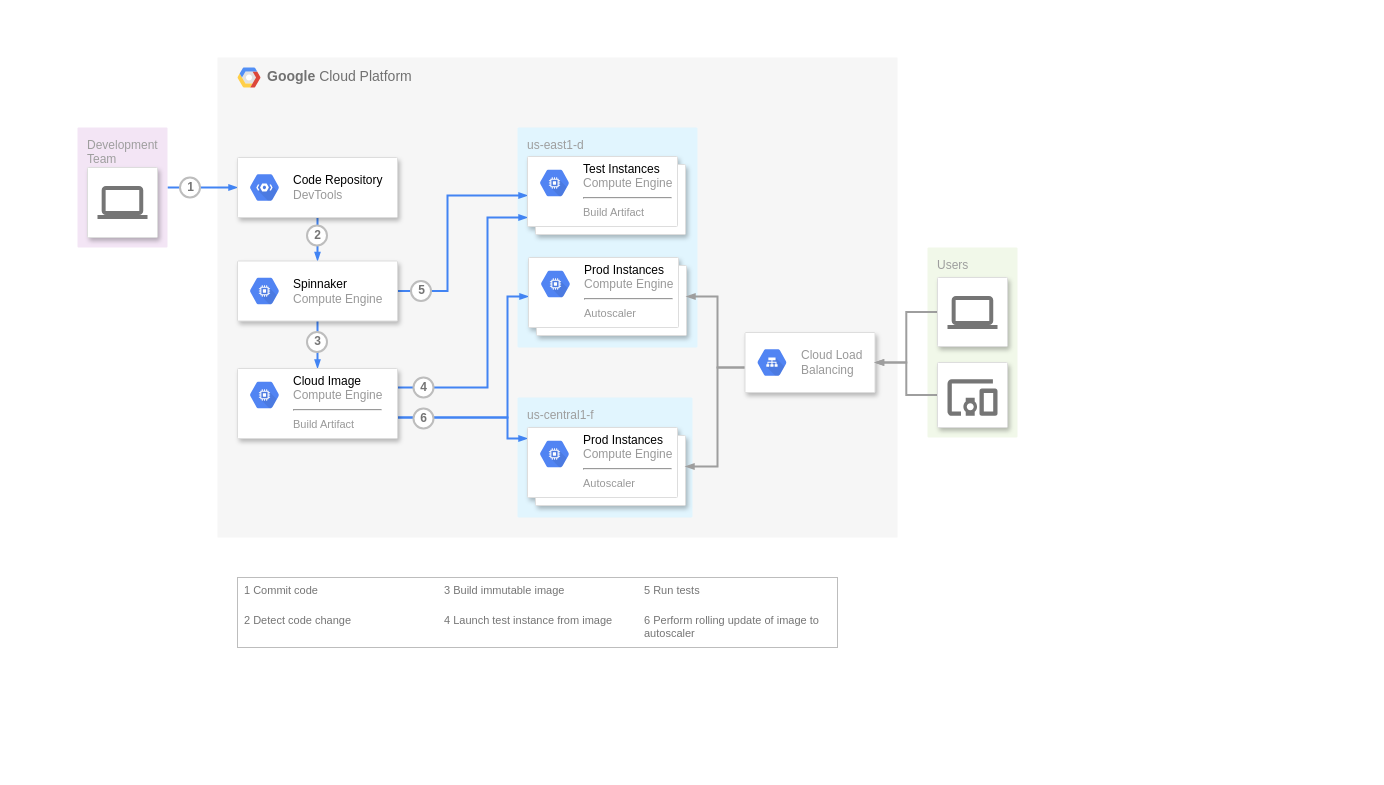
meyson/test keeps this draw.io diagram as Untitled Diagram.drawio. Above is the earlier version. Source tidied: cells renumbered, new cells numbered last; positions are measured from the earlier drawing's top-left corner, leaving out a move shared by most shapes. Both pictures are drawn from the tidied source at 100%, with x=0, y=0 at pixel (77, 57). Pictures stored in the file or linked from it are replaced by grey dashed boxes.
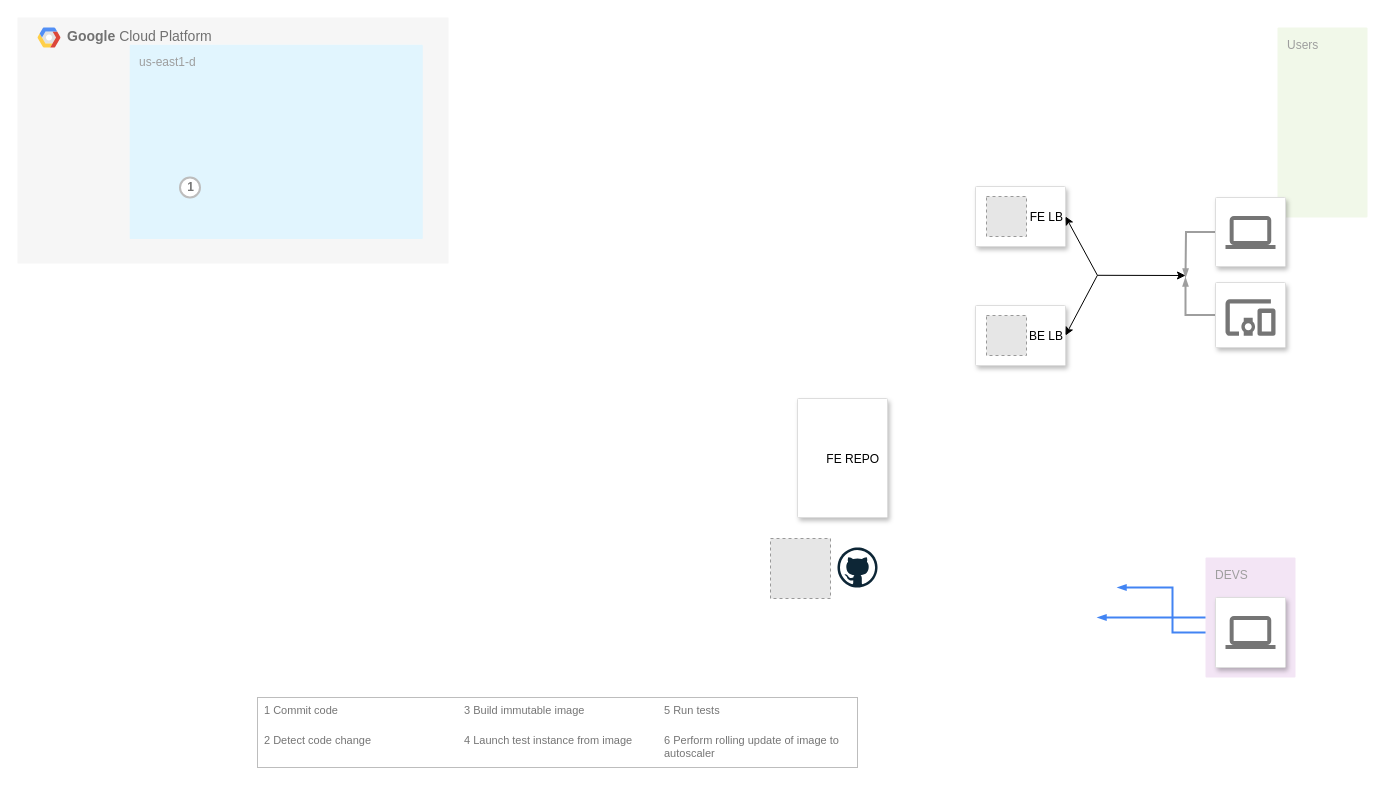
The same diagram, later.

Diff of the diagram source:
```diff
@@
     <mxCell id="2" value="&lt;b&gt;Google &lt;/b&gt;Cloud Platform" style="fillColor=#F6F6F6;strokeColor=none;shadow=0;gradientColor=none;fontSize=14;align=left;spacing=10;fontColor=#717171;9E9E9E;verticalAlign=top;spacingTop=-4;fontStyle=0;spacingLeft=40;html=1;" parent="1" vertex="1">
-      <mxGeometry x="140" width="680" height="480" as="geometry" />
+      <mxGeometry x="-60" y="-40" width="431" height="246" as="geometry" />
     </mxCell>
+    <mxCell id="6" value="us-east1-d" style="rounded=1;absoluteArcSize=1;arcSize=2;html=1;strokeColor=none;gradientColor=none;shadow=0;dashed=0;strokeColor=none;fontSize=12;fontColor=#9E9E9E;align=left;verticalAlign=top;spacing=10;spacingTop=-4;fillColor=#E1F5FE;" parent="2" vertex="1">
+      <mxGeometry x="112.2" y="27.3" width="293.1" height="194.3" as="geometry" />
+    </mxCell>
@@
+    <mxCell id="52" style="edgeStyle=none;rounded=0;orthogonalLoop=1;jettySize=auto;html=1;exitX=1;exitY=1;exitDx=0;exitDy=0;" parent="2" edge="1" source="6" target="6">
+      <mxGeometry relative="1" as="geometry" />
+    </mxCell>
     <mxCell id="4" value="Users" style="rounded=1;absoluteArcSize=1;arcSize=2;html=1;strokeColor=none;gradientColor=none;shadow=0;dashed=0;strokeColor=none;fontSize=12;fontColor=#9E9E9E;align=left;verticalAlign=top;spacing=10;spacingTop=-4;fillColor=#F1F8E9;" parent="1" vertex="1">
-      <mxGeometry x="850" y="190" width="90" height="190" as="geometry" />
+      <mxGeometry x="1200" y="-30" width="90" height="190" as="geometry" />
     </mxCell>
-    <mxCell id="5" value="us-central1-f" style="rounded=1;absoluteArcSize=1;arcSize=2;html=1;strokeColor=none;gradientColor=none;shadow=0;dashed=0;strokeColor=none;fontSize=12;fontColor=#9E9E9E;align=left;verticalAlign=top;spacing=10;spacingTop=-4;fillColor=#E1F5FE;" parent="1" vertex="1">
-      <mxGeometry x="440" y="340" width="175" height="120" as="geometry" />
-    </mxCell>
-    <mxCell id="6" value="us-east1-d" style="rounded=1;absoluteArcSize=1;arcSize=2;html=1;strokeColor=none;gradientColor=none;shadow=0;dashed=0;strokeColor=none;fontSize=12;fontColor=#9E9E9E;align=left;verticalAlign=top;spacing=10;spacingTop=-4;fillColor=#E1F5FE;" parent="1" vertex="1">
-      <mxGeometry x="440" y="70" width="180" height="220" as="geometry" />
-    </mxCell>
-    <mxCell id="7" style="edgeStyle=orthogonalEdgeStyle;rounded=0;html=1;labelBackgroundColor=none;startFill=1;startSize=4;endArrow=blockThin;endFill=1;endSize=4;jettySize=auto;strokeColor=#4284F3;strokeWidth=2;fontSize=12;fontColor=#000000;align=center;dashed=0;" parent="1" edge="1" source="8" target="12">
-      <mxGeometry relative="1" as="geometry" />
+    <mxCell id="7" style="edgeStyle=orthogonalEdgeStyle;rounded=0;html=1;labelBackgroundColor=none;startFill=1;startSize=4;endArrow=blockThin;endFill=1;endSize=4;jettySize=auto;orthogonalLoop=1;strokeColor=#4284F3;strokeWidth=2;fontSize=12;fontColor=#000000;align=center;dashed=0;" parent="1" edge="1">
+      <mxGeometry relative="1" as="geometry">
+        <mxPoint x="1150" y="575" as="sourcePoint" />
+        <mxPoint x="1040" y="530" as="targetPoint" />
+        <Array as="points">
+          <mxPoint x="1095" y="575" />
+          <mxPoint x="1095" y="530" />
+        </Array>
+      </mxGeometry>
     </mxCell>
-    <mxCell id="8" value="Development&lt;br&gt;Team&lt;br&gt;" style="rounded=1;absoluteArcSize=1;arcSize=2;html=1;strokeColor=none;gradientColor=none;shadow=0;dashed=0;strokeColor=none;fontSize=12;fontColor=#9E9E9E;align=left;verticalAlign=top;spacing=10;spacingTop=-4;fillColor=#F3E5F5;" parent="1" vertex="1">
-      <mxGeometry y="70" width="90" height="120" as="geometry" />
+    <mxCell id="8" value="DEVS" style="rounded=1;absoluteArcSize=1;arcSize=2;html=1;strokeColor=none;gradientColor=none;shadow=0;dashed=0;strokeColor=none;fontSize=12;fontColor=#9E9E9E;align=left;verticalAlign=top;spacing=10;spacingTop=-4;fillColor=#F3E5F5;" parent="1" vertex="1">
+      <mxGeometry x="1128" y="500" width="90" height="120" as="geometry" />
     </mxCell>
     <mxCell id="9" style="strokeColor=#dddddd;fillColor=#ffffff;shadow=1;strokeWidth=1;rounded=1;absoluteArcSize=1;arcSize=2;labelPosition=center;verticalLabelPosition=middle;align=center;verticalAlign=bottom;spacingLeft=0;fontColor=#999999;fontSize=12;whiteSpace=wrap;spacingBottom=2;html=1;" parent="1" vertex="1">
-      <mxGeometry x="10" y="110" width="70" height="70" as="geometry" />
+      <mxGeometry x="1138" y="540" width="70" height="70" as="geometry" />
     </mxCell>
@@
-    <mxCell id="11" style="edgeStyle=orthogonalEdgeStyle;rounded=0;html=1;labelBackgroundColor=none;startFill=1;startSize=4;endArrow=blockThin;endFill=1;endSize=4;jettySize=auto;strokeColor=#4284F3;strokeWidth=2;fontSize=12;fontColor=#000000;align=center;dashed=0;" parent="1" edge="1" source="12" target="16">
-      <mxGeometry relative="1" as="geometry" />
-    </mxCell>
-    <mxCell id="12" style="strokeColor=#dddddd;fillColor=#ffffff;shadow=1;strokeWidth=1;rounded=1;absoluteArcSize=1;arcSize=2;fontSize=10;fontColor=#9E9E9E;align=center;html=1;" parent="1" vertex="1">
-      <mxGeometry x="160" y="100" width="160" height="60" as="geometry" />
-    </mxCell>
-    <mxCell id="13" value="&lt;font color=&quot;#000000&quot;&gt;Code Repository&lt;/font&gt;&lt;br&gt;DevTools" style="dashed=0;html=1;fillColor=#5184F3;strokeColor=none;shape=mxgraph.gcp2.hexIcon;prIcon=cloud_tools_for_powershell;labelPosition=right;verticalLabelPosition=middle;align=left;verticalAlign=middle;spacingLeft=5;fontColor=#999999;fontSize=12;" parent="12" vertex="1">
-      <mxGeometry y="0.5" width="44" height="39" relative="1" as="geometry">
-        <mxPoint x="5" y="-19.5" as="offset" />
-      </mxGeometry>
-    </mxCell>
-    <mxCell id="14" style="edgeStyle=orthogonalEdgeStyle;rounded=0;html=1;labelBackgroundColor=none;startFill=1;startSize=4;endArrow=blockThin;endFill=1;endSize=4;jettySize=auto;strokeColor=#4284F3;strokeWidth=2;fontSize=12;fontColor=#000000;align=center;dashed=0;" parent="1" edge="1" source="16" target="21">
-      <mxGeometry relative="1" as="geometry" />
-    </mxCell>
-    <mxCell id="15" style="edgeStyle=orthogonalEdgeStyle;rounded=0;html=1;labelBackgroundColor=none;startFill=1;startSize=4;endArrow=blockThin;endFill=1;endSize=4;jettySize=auto;strokeColor=#4284F3;strokeWidth=2;fontSize=12;fontColor=#000000;align=center;dashed=0;" parent="1" edge="1" source="16" target="23">
-      <mxGeometry relative="1" as="geometry">
-        <Array as="points">
-          <mxPoint x="370" y="233" />
-          <mxPoint x="370" y="138" />
-        </Array>
-      </mxGeometry>
-    </mxCell>
-    <mxCell id="16" style="strokeColor=#dddddd;fillColor=#ffffff;shadow=1;strokeWidth=1;rounded=1;absoluteArcSize=1;arcSize=2;fontSize=10;fontColor=#9E9E9E;align=center;html=1;" parent="1" vertex="1">
-      <mxGeometry x="160" y="203.5" width="160" height="60" as="geometry" />
-    </mxCell>
-    <mxCell id="17" value="&lt;font color=&quot;#000000&quot;&gt;Spinnaker&lt;/font&gt;&lt;br&gt;Compute Engine" style="dashed=0;html=1;fillColor=#5184F3;strokeColor=none;shape=mxgraph.gcp2.hexIcon;prIcon=compute_engine;labelPosition=right;verticalLabelPosition=middle;align=left;verticalAlign=middle;spacingLeft=5;fontColor=#999999;fontSize=12;" parent="16" vertex="1">
-      <mxGeometry y="0.5" width="44" height="39" relative="1" as="geometry">
-        <mxPoint x="5" y="-19.5" as="offset" />
-      </mxGeometry>
-    </mxCell>
-    <mxCell id="18" style="edgeStyle=orthogonalEdgeStyle;rounded=0;html=1;labelBackgroundColor=none;startFill=1;startSize=4;endArrow=blockThin;endFill=1;endSize=4;jettySize=auto;strokeColor=#4284F3;strokeWidth=2;fontSize=12;fontColor=#000000;align=center;dashed=0;" parent="1" edge="1" source="21" target="23">
-      <mxGeometry relative="1" as="geometry">
-        <Array as="points">
-          <mxPoint x="410" y="330" />
-          <mxPoint x="410" y="160" />
-        </Array>
-      </mxGeometry>
-    </mxCell>
-    <mxCell id="19" style="edgeStyle=orthogonalEdgeStyle;rounded=0;html=1;labelBackgroundColor=none;startFill=1;startSize=4;endArrow=blockThin;endFill=1;endSize=4;jettySize=auto;strokeColor=#4284F3;strokeWidth=2;fontSize=12;fontColor=#000000;align=center;dashed=0;" parent="1" edge="1" source="21" target="25">
-      <mxGeometry relative="1" as="geometry">
-        <Array as="points">
-          <mxPoint x="430" y="360" />
-          <mxPoint x="430" y="239" />
-        </Array>
-      </mxGeometry>
-    </mxCell>
-    <mxCell id="20" style="edgeStyle=orthogonalEdgeStyle;rounded=0;html=1;labelBackgroundColor=none;startFill=1;startSize=4;endArrow=blockThin;endFill=1;endSize=4;jettySize=auto;strokeColor=#4284F3;strokeWidth=2;fontSize=12;fontColor=#000000;align=center;dashed=0;" parent="1" edge="1" source="21" target="27">
-      <mxGeometry relative="1" as="geometry">
-        <Array as="points">
-          <mxPoint x="430" y="360" />
-          <mxPoint x="430" y="381" />
-        </Array>
-      </mxGeometry>
-    </mxCell>
-    <mxCell id="21" style="strokeColor=#dddddd;fillColor=#ffffff;shadow=1;strokeWidth=1;rounded=1;absoluteArcSize=1;arcSize=2;fontSize=10;fontColor=#9E9E9E;align=center;html=1;" parent="1" vertex="1">
-      <mxGeometry x="160" y="311" width="160" height="70" as="geometry" />
-    </mxCell>
-    <mxCell id="22" value="&lt;font color=&quot;#000000&quot;&gt;Cloud Image&lt;/font&gt;&lt;br&gt;Compute Engine&lt;hr&gt;&lt;font style=&quot;font-size: 11px&quot;&gt;Build Artifact&lt;/font&gt;" style="dashed=0;html=1;fillColor=#5184F3;strokeColor=none;shape=mxgraph.gcp2.hexIcon;prIcon=compute_engine;labelPosition=right;verticalLabelPosition=middle;align=left;verticalAlign=top;spacingLeft=5;fontColor=#999999;fontSize=12;spacingTop=-8;" parent="21" vertex="1">
-      <mxGeometry width="44" height="39" relative="1" as="geometry">
-        <mxPoint x="5" y="7" as="offset" />
-      </mxGeometry>
-    </mxCell>
-    <mxCell id="23" style="shape=mxgraph.gcp2.doubleRect;strokeColor=#dddddd;fillColor=#ffffff;shadow=1;strokeWidth=1;fontSize=10;fontColor=#9E9E9E;align=center;html=1;" parent="1" vertex="1">
-      <mxGeometry x="450" y="99" width="158" height="78" as="geometry" />
-    </mxCell>
-    <mxCell id="24" value="&lt;font color=&quot;#000000&quot;&gt;Test Instances&lt;/font&gt;&lt;br&gt;Compute Engine&lt;hr&gt;&lt;font style=&quot;font-size: 11px&quot;&gt;Build Artifact&lt;/font&gt;" style="dashed=0;html=1;fillColor=#5184F3;strokeColor=none;shape=mxgraph.gcp2.hexIcon;prIcon=compute_engine;labelPosition=right;verticalLabelPosition=middle;align=left;verticalAlign=top;spacingLeft=5;fontColor=#999999;fontSize=12;spacingTop=-8;" parent="23" vertex="1">
-      <mxGeometry width="44" height="39" relative="1" as="geometry">
-        <mxPoint x="5" y="7" as="offset" />
-      </mxGeometry>
-    </mxCell>
-    <mxCell id="25" style="shape=mxgraph.gcp2.doubleRect;strokeColor=#dddddd;fillColor=#ffffff;shadow=1;strokeWidth=1;fontSize=10;fontColor=#9E9E9E;align=center;html=1;" parent="1" vertex="1">
-      <mxGeometry x="451" y="200" width="158" height="78" as="geometry" />
-    </mxCell>
-    <mxCell id="26" value="&lt;font color=&quot;#000000&quot;&gt;Prod Instances&lt;/font&gt;&lt;br&gt;Compute Engine&lt;hr&gt;&lt;font style=&quot;font-size: 11px&quot;&gt;Autoscaler&lt;/font&gt;" style="dashed=0;html=1;fillColor=#5184F3;strokeColor=none;shape=mxgraph.gcp2.hexIcon;prIcon=compute_engine;labelPosition=right;verticalLabelPosition=middle;align=left;verticalAlign=top;spacingLeft=5;fontColor=#999999;fontSize=12;spacingTop=-8;" parent="25" vertex="1">
-      <mxGeometry width="44" height="39" relative="1" as="geometry">
-        <mxPoint x="5" y="7" as="offset" />
-      </mxGeometry>
-    </mxCell>
-    <mxCell id="27" style="shape=mxgraph.gcp2.doubleRect;strokeColor=#dddddd;fillColor=#ffffff;shadow=1;strokeWidth=1;fontSize=10;fontColor=#9E9E9E;align=center;html=1;" parent="1" vertex="1">
-      <mxGeometry x="450" y="370" width="158" height="78" as="geometry" />
-    </mxCell>
-    <mxCell id="28" value="&lt;font color=&quot;#000000&quot;&gt;Prod Instances&lt;/font&gt;&lt;br&gt;Compute Engine&lt;hr&gt;&lt;font style=&quot;font-size: 11px&quot;&gt;Autoscaler&lt;/font&gt;" style="dashed=0;html=1;fillColor=#5184F3;strokeColor=none;shape=mxgraph.gcp2.hexIcon;prIcon=compute_engine;labelPosition=right;verticalLabelPosition=middle;align=left;verticalAlign=top;spacingLeft=5;fontColor=#999999;fontSize=12;spacingTop=-8;" parent="27" vertex="1">
-      <mxGeometry width="44" height="39" relative="1" as="geometry">
-        <mxPoint x="5" y="7" as="offset" />
-      </mxGeometry>
-    </mxCell>
-    <mxCell id="29" style="edgeStyle=orthogonalEdgeStyle;rounded=0;html=1;labelBackgroundColor=none;startFill=1;startSize=4;endArrow=blockThin;endFill=1;endSize=4;jettySize=auto;strokeColor=#9E9E9E;strokeWidth=2;fontSize=12;fontColor=#000000;align=center;dashed=0;" parent="1" edge="1" source="31" target="25">
-      <mxGeometry relative="1" as="geometry">
-        <Array as="points">
-          <mxPoint x="640" y="310" />
-          <mxPoint x="640" y="239" />
-        </Array>
-      </mxGeometry>
-    </mxCell>
-    <mxCell id="30" style="edgeStyle=orthogonalEdgeStyle;rounded=0;html=1;labelBackgroundColor=none;startFill=1;startSize=4;endArrow=blockThin;endFill=1;endSize=4;jettySize=auto;strokeColor=#9E9E9E;strokeWidth=2;fontSize=12;fontColor=#000000;align=center;dashed=0;" parent="1" edge="1" source="31" target="27">
-      <mxGeometry relative="1" as="geometry">
-        <Array as="points">
-          <mxPoint x="640" y="310" />
-          <mxPoint x="640" y="409" />
-        </Array>
-      </mxGeometry>
-    </mxCell>
-    <mxCell id="31" style="strokeColor=#dddddd;fillColor=#ffffff;shadow=1;strokeWidth=1;rounded=1;absoluteArcSize=1;arcSize=2;fontSize=10;fontColor=#9E9E9E;align=center;html=1;" parent="1" vertex="1">
-      <mxGeometry x="667.5" y="275" width="130" height="60" as="geometry" />
-    </mxCell>
-    <mxCell id="32" value="Cloud Load&#10;Balancing" style="dashed=0;html=1;fillColor=#5184F3;strokeColor=none;shape=mxgraph.gcp2.hexIcon;prIcon=cloud_load_balancing;labelPosition=right;verticalLabelPosition=middle;align=left;verticalAlign=middle;spacingLeft=5;fontColor=#999999;fontSize=12;" parent="31" vertex="1">
-      <mxGeometry y="0.5" width="44" height="39" relative="1" as="geometry">
-        <mxPoint x="5" y="-19.5" as="offset" />
-      </mxGeometry>
-    </mxCell>
-    <mxCell id="33" style="edgeStyle=orthogonalEdgeStyle;rounded=0;html=1;labelBackgroundColor=none;startFill=1;startSize=4;endArrow=blockThin;endFill=1;endSize=4;jettySize=auto;strokeColor=#9E9E9E;strokeWidth=2;fontSize=12;fontColor=#000000;align=center;dashed=0;" parent="1" edge="1" source="34" target="31">
-      <mxGeometry relative="1" as="geometry" />
+    <mxCell id="33" style="edgeStyle=orthogonalEdgeStyle;rounded=0;html=1;labelBackgroundColor=none;startFill=1;startSize=4;endArrow=blockThin;endFill=1;endSize=4;jettySize=auto;strokeColor=#9E9E9E;strokeWidth=2;fontSize=12;fontColor=#000000;align=center;dashed=0;" parent="1" edge="1" source="34">
+      <mxGeometry relative="1" as="geometry">
+        <mxPoint x="1108" y="220" as="targetPoint" />
+      </mxGeometry>
     </mxCell>
     <mxCell id="34" style="strokeColor=#dddddd;fillColor=#ffffff;shadow=1;strokeWidth=1;rounded=1;absoluteArcSize=1;arcSize=2;labelPosition=center;verticalLabelPosition=middle;align=center;verticalAlign=bottom;spacingLeft=0;fontColor=#999999;fontSize=12;whiteSpace=wrap;spacingBottom=2;html=1;" parent="1" vertex="1">
-      <mxGeometry x="860" y="220" width="70" height="69" as="geometry" />
+      <mxGeometry x="1138" y="140" width="70" height="69" as="geometry" />
     </mxCell>
@@
-    <mxCell id="36" style="edgeStyle=orthogonalEdgeStyle;rounded=0;html=1;labelBackgroundColor=none;startFill=1;startSize=4;endArrow=blockThin;endFill=1;endSize=4;jettySize=auto;strokeColor=#9E9E9E;strokeWidth=2;fontSize=12;fontColor=#000000;align=center;dashed=0;" parent="1" edge="1" source="37" target="31">
-      <mxGeometry relative="1" as="geometry" />
+    <mxCell id="36" style="edgeStyle=orthogonalEdgeStyle;rounded=0;html=1;labelBackgroundColor=none;startFill=1;startSize=4;endArrow=blockThin;endFill=1;endSize=4;jettySize=auto;strokeColor=#9E9E9E;strokeWidth=2;fontSize=12;fontColor=#000000;align=center;dashed=0;" parent="1" edge="1" source="37">
+      <mxGeometry relative="1" as="geometry">
+        <mxPoint x="1108" y="220" as="targetPoint" />
+        <Array as="points">
+          <mxPoint x="1108" y="258" />
+        </Array>
+      </mxGeometry>
     </mxCell>
     <mxCell id="37" style="strokeColor=#dddddd;fillColor=#ffffff;shadow=1;strokeWidth=1;rounded=1;absoluteArcSize=1;arcSize=2;labelPosition=center;verticalLabelPosition=middle;align=center;verticalAlign=bottom;spacingLeft=0;fontColor=#999999;fontSize=12;whiteSpace=wrap;spacingBottom=2;html=1;" parent="1" vertex="1">
-      <mxGeometry x="860" y="305" width="70" height="65" as="geometry" />
+      <mxGeometry x="1138" y="225" width="70" height="65" as="geometry" />
     </mxCell>
@@
-    <mxCell id="40" value="2" style="shape=ellipse;fillColor=#ffffff;strokeColor=#BDBDBD;strokeWidth=2;shadow=0;gradientColor=none;fontColor=#757575;align=center;html=1;fontStyle=1;spacingTop=-1;" parent="1" vertex="1">
-      <mxGeometry x="229.5" y="168" width="20" height="20" as="geometry" />
-    </mxCell>
-    <mxCell id="41" value="3" style="shape=ellipse;fillColor=#ffffff;strokeColor=#BDBDBD;strokeWidth=2;shadow=0;gradientColor=none;fontColor=#757575;align=center;html=1;fontStyle=1;spacingTop=-1;" parent="1" vertex="1">
-      <mxGeometry x="229.5" y="274.5" width="20" height="20" as="geometry" />
-    </mxCell>
-    <mxCell id="42" value="4" style="shape=ellipse;fillColor=#ffffff;strokeColor=#BDBDBD;strokeWidth=2;shadow=0;gradientColor=none;fontColor=#757575;align=center;html=1;fontStyle=1;spacingTop=-1;" parent="1" vertex="1">
-      <mxGeometry x="336" y="320" width="20" height="20" as="geometry" />
-    </mxCell>
-    <mxCell id="43" value="5" style="shape=ellipse;fillColor=#ffffff;strokeColor=#BDBDBD;strokeWidth=2;shadow=0;gradientColor=none;fontColor=#757575;align=center;html=1;fontStyle=1;spacingTop=-1;" parent="1" vertex="1">
-      <mxGeometry x="333.5" y="223.5" width="20" height="20" as="geometry" />
-    </mxCell>
-    <mxCell id="44" value="6" style="shape=ellipse;fillColor=#ffffff;strokeColor=#BDBDBD;strokeWidth=2;shadow=0;gradientColor=none;fontColor=#757575;align=center;html=1;fontStyle=1;spacingTop=-1;" parent="1" vertex="1">
-      <mxGeometry x="336" y="351" width="20" height="20" as="geometry" />
-    </mxCell>
     <mxCell id="45" style="fillColor=#ffffff;strokeColor=#BDBDBD;strokeWidth=1;shadow=0;gradientColor=none;fontSize=10;fontColor=#9E9E9E;align=center;html=1;" parent="1" vertex="1">
-      <mxGeometry x="160" y="520" width="600" height="70" as="geometry" />
+      <mxGeometry x="180" y="640" width="600" height="70" as="geometry" />
     </mxCell>
@@
+    <mxCell id="53" style="group;" parent="1" vertex="1">
+      <mxGeometry x="898" y="248" width="90" height="60" as="geometry" />
+    </mxCell>
+    <mxCell id="54" value="BE LB" style="strokeColor=#dddddd;shadow=1;strokeWidth=1;rounded=1;absoluteArcSize=1;arcSize=2;align=right;" parent="53" vertex="1">
+      <mxGeometry width="90" height="60" as="geometry" />
+    </mxCell>
+    <mxCell id="55" style="fillColor=#E6E6E6;strokeColor=#999999;dashed=1;html=1;verticalAlign=top;verticalLabelPosition=bottom;labelBackgroundColor=#ffffff;" parent="53" vertex="1">
+      <mxGeometry x="11" y="10" width="40" height="40" as="geometry" />
+    </mxCell>
+    <mxCell id="56" style="group;" parent="1" vertex="1">
+      <mxGeometry x="898" y="129" width="90" height="60" as="geometry" />
+    </mxCell>
+    <mxCell id="57" value="FE LB" style="strokeColor=#dddddd;shadow=1;strokeWidth=1;rounded=1;absoluteArcSize=1;arcSize=2;align=right;" parent="56" vertex="1">
+      <mxGeometry width="90" height="60" as="geometry" />
+    </mxCell>
+    <mxCell id="58" style="fillColor=#E6E6E6;strokeColor=#999999;dashed=1;html=1;verticalAlign=top;verticalLabelPosition=bottom;labelBackgroundColor=#ffffff;" parent="56" vertex="1">
+      <mxGeometry x="11" y="10" width="40" height="40" as="geometry" />
+    </mxCell>
+    <mxCell id="59" style="edgeStyle=none;rounded=0;orthogonalLoop=1;jettySize=auto;html=1;exitX=1;exitY=0.5;exitDx=0;exitDy=0;" parent="1" edge="1">
+      <mxGeometry relative="1" as="geometry">
+        <mxPoint x="1019.9" y="217.8" as="sourcePoint" />
+        <mxPoint x="1108" y="218" as="targetPoint" />
+      </mxGeometry>
+    </mxCell>
+    <mxCell id="60" style="edgeStyle=none;rounded=0;jettySize=auto;html=1;exitX=1;exitY=0.5;exitDx=0;exitDy=0;entryX=1;entryY=0.5;entryDx=0;entryDy=0;" parent="1" edge="1" target="54">
+      <mxGeometry relative="1" as="geometry">
+        <mxPoint x="1019.9" y="217.8" as="sourcePoint" />
+      </mxGeometry>
+    </mxCell>
+    <mxCell id="61" style="edgeStyle=none;rounded=0;jettySize=auto;html=1;exitX=1;exitY=0.5;exitDx=0;exitDy=0;entryX=1;entryY=0.5;entryDx=0;entryDy=0;" parent="1" edge="1" target="57">
+      <mxGeometry relative="1" as="geometry">
+        <mxPoint x="1019.9" y="217.8" as="sourcePoint" />
+      </mxGeometry>
+    </mxCell>
+    <mxCell id="62" style="edgeStyle=orthogonalEdgeStyle;rounded=0;html=1;labelBackgroundColor=none;startFill=1;startSize=4;endArrow=blockThin;endFill=1;endSize=4;jettySize=auto;strokeColor=#4284F3;strokeWidth=2;fontSize=12;fontColor=#000000;align=center;dashed=0;exitX=0;exitY=0.5;exitDx=0;exitDy=0;" parent="1" edge="1" source="8">
+      <mxGeometry relative="1" as="geometry">
+        <mxPoint x="1020" y="560" as="targetPoint" />
+      </mxGeometry>
+    </mxCell>
+    <mxCell id="63" value="FE REPO" style="strokeColor=#dddddd;shadow=1;strokeWidth=1;rounded=1;absoluteArcSize=1;arcSize=2;align=right;spacingRight=6;" parent="1" vertex="1">
+      <mxGeometry x="720" y="341" width="90" height="119" as="geometry" />
+    </mxCell>
+    <mxCell id="64" style="dashed=0;html=1;align=center;labelPosition=center;verticalLabelPosition=bottom;verticalAlign=top;shape=mxgraph.weblogos.github;" parent="1" vertex="1">
+      <mxGeometry x="760" y="490" width="40" height="40" as="geometry" />
+    </mxCell>
+    <mxCell id="65" style="fillColor=#E6E6E6;strokeColor=#999999;dashed=1;verticalLabelPosition=bottom;labelBackgroundColor=#ffffff;verticalAlign=top;" parent="1" vertex="1">
+      <mxGeometry x="693" y="481" width="60" height="60" as="geometry" />
+    </mxCell>
```
